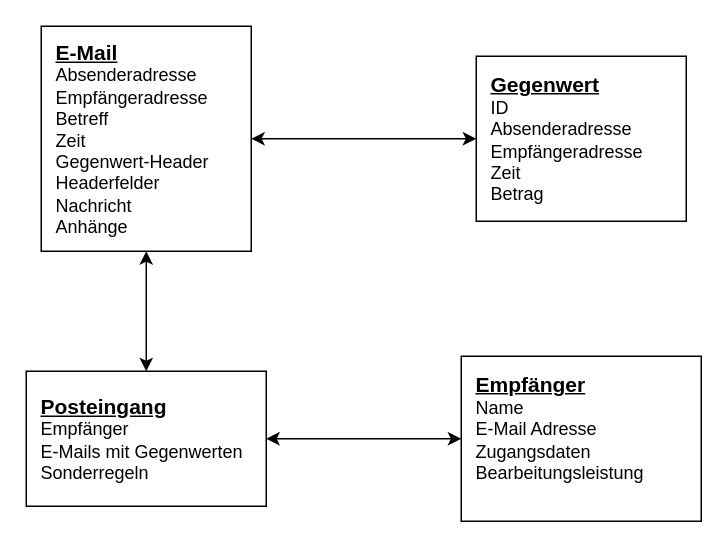
Above: docs/Content Model.drawio in astrutz/masterthesis (draw.io), before the change. Source tidied: cells renumbered, new cells numbered last; positions are measured from the earlier drawing's top-left corner, leaving out a move shared by most shapes. Both pictures are drawn from the tidied source at 150%, with x=0, y=0 at pixel (26, 26).
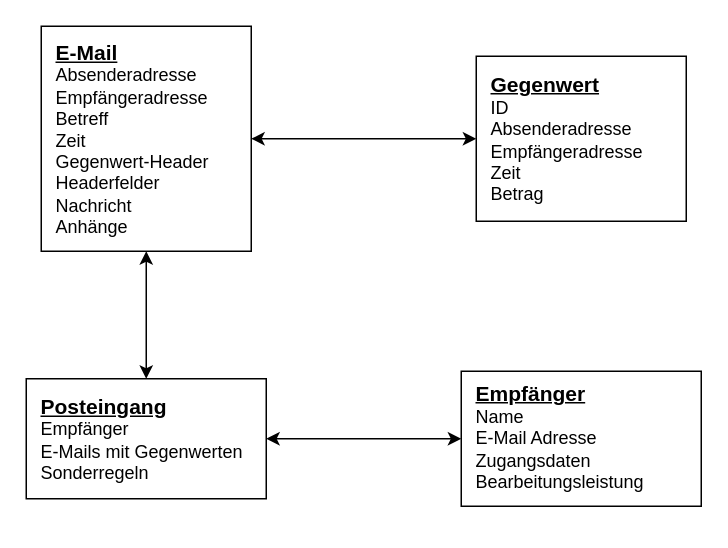
The same page after the edit.

Commit message:
[DOC] Update content model margins

What changed in the source:
```diff
@@
 <mxGraphModel>
   <root>
     <mxCell id="0" />
     <mxCell id="1" parent="0" />
     <mxCell id="2" style="edgeStyle=orthogonalEdgeStyle;rounded=0;jettySize=auto;html=1;exitX=1;exitY=0.5;exitDx=0;exitDy=0;entryX=0;entryY=0.5;entryDx=0;entryDy=0;fontSize=12;startArrow=classic;startFill=1;" parent="1" edge="1" source="3" target="4">
       <mxGeometry relative="1" as="geometry" />
     </mxCell>
     <mxCell id="3" value="&lt;font style=&quot;&quot;&gt;&lt;span style=&quot;font-weight: bold; font-size: 14px;&quot;&gt;&lt;u&gt;E-Mail&lt;/u&gt;&lt;/span&gt;&lt;br&gt;&lt;font style=&quot;font-size: 12px;&quot;&gt;Absenderadresse&lt;br&gt;&lt;/font&gt;Empfängeradresse&lt;br&gt;Betreff&lt;br&gt;Zeit&lt;br&gt;Gegenwert-Header&lt;br&gt;Headerfelder&lt;br&gt;Nachricht&lt;br&gt;Anhänge&lt;br&gt;&lt;/font&gt;" style="rounded=0;whiteSpace=wrap;html=1;align=left;spacingLeft=8;" parent="1" vertex="1">
       <mxGeometry x="10" width="140" height="150" as="geometry" />
     </mxCell>
     <mxCell id="4" value="&lt;font style=&quot;&quot;&gt;&lt;span style=&quot;font-weight: bold; font-size: 14px;&quot;&gt;&lt;u&gt;Gegenwert&lt;/u&gt;&lt;/span&gt;&lt;br&gt;&lt;font style=&quot;font-size: 12px;&quot;&gt;ID&lt;br&gt;Absenderadresse&lt;br&gt;&lt;/font&gt;Empfängeradresse&lt;br&gt;Zeit&lt;br&gt;Betrag&lt;br&gt;&lt;/font&gt;" style="rounded=0;whiteSpace=wrap;html=1;align=left;spacingLeft=8;" parent="1" vertex="1">
       <mxGeometry x="300" y="20" width="140" height="110" as="geometry" />
     </mxCell>
     <mxCell id="5" style="edgeStyle=orthogonalEdgeStyle;rounded=0;jettySize=auto;html=1;exitX=1;exitY=0.5;exitDx=0;exitDy=0;fontSize=12;startArrow=classic;startFill=1;" parent="1" edge="1" source="6" target="8">
       <mxGeometry relative="1" as="geometry" />
     </mxCell>
     <mxCell id="6" value="&lt;font style=&quot;&quot;&gt;&lt;span style=&quot;font-weight: bold; font-size: 14px;&quot;&gt;&lt;u&gt;Posteingang&lt;/u&gt;&lt;/span&gt;&lt;br&gt;Empfänger&lt;br&gt;E-Mails mit Gegenwerten&lt;br&gt;Sonderregeln&lt;br&gt;&lt;/font&gt;" style="rounded=0;whiteSpace=wrap;html=1;align=left;spacingLeft=8;" parent="1" vertex="1">
-      <mxGeometry y="230" width="160" height="90" as="geometry" />
+      <mxGeometry y="235" width="160" height="80" as="geometry" />
     </mxCell>
     <mxCell id="7" style="edgeStyle=orthogonalEdgeStyle;rounded=0;jettySize=auto;html=1;exitX=0.5;exitY=1;exitDx=0;exitDy=0;fontSize=12;startArrow=classic;startFill=1;" parent="1" edge="1" source="3" target="6">
       <mxGeometry relative="1" as="geometry" />
     </mxCell>
-    <mxCell id="8" value="&lt;font style=&quot;&quot;&gt;&lt;span style=&quot;font-weight: bold; font-size: 14px;&quot;&gt;&lt;u&gt;Empfänger&lt;/u&gt;&lt;/span&gt;&lt;br&gt;Name&lt;br&gt;E-Mail Adresse&lt;br&gt;Zugangsdaten&lt;br&gt;Bearbeitungsleistung&lt;br&gt;&lt;br&gt;&lt;/font&gt;" style="rounded=0;whiteSpace=wrap;html=1;align=left;spacingLeft=8;" parent="1" vertex="1">
-      <mxGeometry x="290" y="220" width="160" height="110" as="geometry" />
+    <mxCell id="8" value="&lt;font style=&quot;&quot;&gt;&lt;span style=&quot;font-weight: bold; font-size: 14px;&quot;&gt;&lt;u&gt;Empfänger&lt;/u&gt;&lt;/span&gt;&lt;br&gt;Name&lt;br&gt;E-Mail Adresse&lt;br&gt;Zugangsdaten&lt;br&gt;Bearbeitungsleistung&lt;br&gt;&lt;br&gt;&lt;/font&gt;" style="rounded=0;whiteSpace=wrap;html=1;align=left;spacingLeft=8;verticalAlign=top;" parent="1" vertex="1">
+      <mxGeometry x="290" y="230" width="160" height="90" as="geometry" />
     </mxCell>
   </root>
 </mxGraphModel>
```
